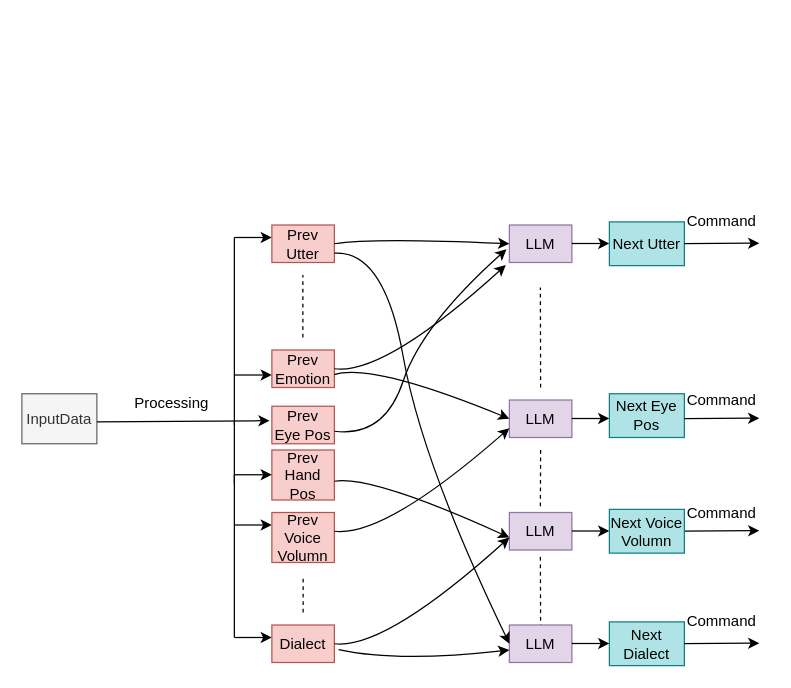
The draw.io diagram 名称未設定ファイル.drawio in ReoF777/chartSandBox, before the edit. Source tidied: cells renumbered, new cells numbered last; positions are measured from the earlier drawing's top-left corner, leaving out a move shared by most shapes. Both pictures are drawn from the tidied source at 125%, with x=0, y=0 at pixel (21, 209).
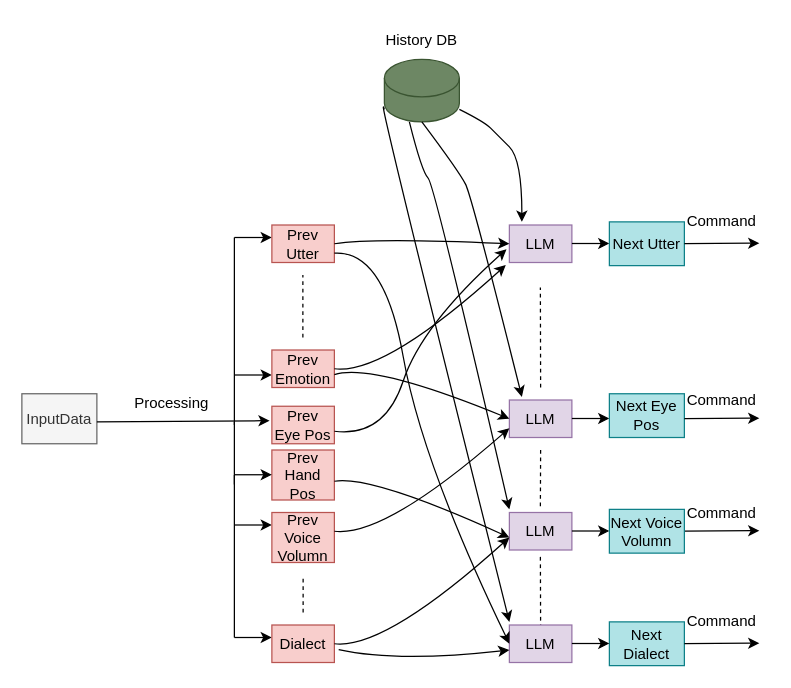
The same diagram, later.

Commit message:
名称未設定ファイル.drawio を更新します

The edit, as a diff of the source:
```diff
@@
+    <mxCell id="53" style="shape=cylinder3;whiteSpace=wrap;html=1;boundedLbl=1;backgroundOutline=1;size=15;fillColor=#6d8764;fontColor=#ffffff;strokeColor=#3A5431;" parent="1" vertex="1">
+      <mxGeometry x="290" y="-120" width="60" height="50" as="geometry" />
+    </mxCell>
+    <mxCell id="54" value="History DB" style="text;html=1;align=center;verticalAlign=middle;whiteSpace=wrap;rounded=0;" parent="1" vertex="1">
+      <mxGeometry x="290" y="-150" width="60" height="30" as="geometry" />
+    </mxCell>
+    <mxCell id="55" style="curved=1;endArrow=classic;html=1;rounded=0;" parent="1" edge="1">
+      <mxGeometry relative="1" as="geometry">
+        <mxPoint x="350" y="-80" as="sourcePoint" />
+        <mxPoint x="400" y="10" as="targetPoint" />
+        <Array as="points">
+          <mxPoint x="370" y="-70" />
+          <mxPoint x="380" y="-60" />
+          <mxPoint x="400" y="-40" />
+        </Array>
+      </mxGeometry>
+    </mxCell>
+    <mxCell id="56" style="curved=1;endArrow=classic;html=1;rounded=0;" parent="1" edge="1">
+      <mxGeometry relative="1" as="geometry">
+        <mxPoint x="320" y="-70" as="sourcePoint" />
+        <mxPoint x="400" y="150" as="targetPoint" />
+        <Array as="points">
+          <mxPoint x="350" y="-30" />
+          <mxPoint x="360" y="-10" />
+        </Array>
+      </mxGeometry>
+    </mxCell>
+    <mxCell id="57" style="curved=1;endArrow=classic;html=1;rounded=0;" parent="1" edge="1">
+      <mxGeometry relative="1" as="geometry">
+        <mxPoint x="310" y="-70" as="sourcePoint" />
+        <mxPoint x="390" y="240" as="targetPoint" />
+        <Array as="points">
+          <mxPoint x="320" y="-30" />
+          <mxPoint x="330" y="-20" />
+        </Array>
+      </mxGeometry>
+    </mxCell>
+    <mxCell id="58" style="curved=1;endArrow=classic;html=1;rounded=0;" parent="1" edge="1">
+      <mxGeometry relative="1" as="geometry">
+        <mxPoint x="290" y="-80" as="sourcePoint" />
+        <mxPoint x="390" y="330" as="targetPoint" />
+        <Array as="points">
+          <mxPoint x="280" y="-110" />
+        </Array>
+      </mxGeometry>
+    </mxCell>
```
